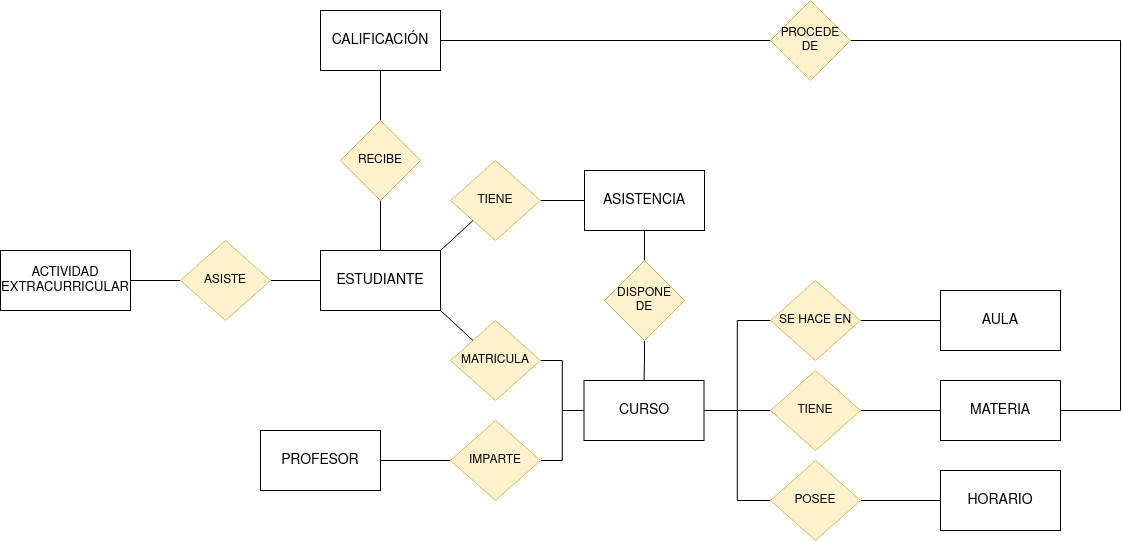
This is Unidad-2/Tareas-entregables/Entregable-1/images/Diagrama-entregable-1.png from IsaiasTolP/Base-Datos, a draw.io export, as it was before one commit. Source tidied: cells renumbered, new cells last; positions are measured from the earlier drawing's top-left corner, leaving out a move shared by most shapes.
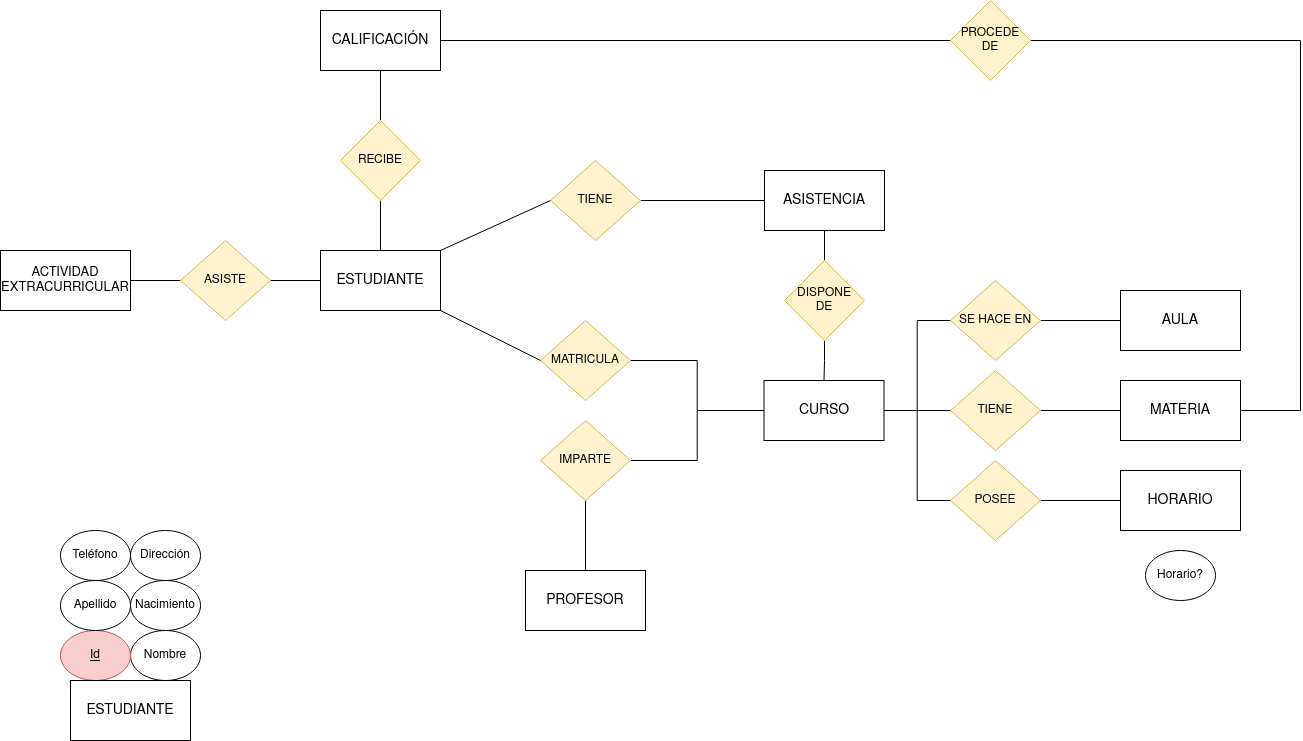
Later version of the same file.

What changed in the source:
```diff
@@ -6,13 +6,13 @@
       <mxGeometry relative="1" as="geometry" />
     </mxCell>
     <mxCell id="3" value="ESTUDIANTE" style="rounded=0;whiteSpace=wrap;html=1;fontSize=14;" parent="1" vertex="1">
-      <mxGeometry x="320" y="250" width="120" height="60" as="geometry" />
+      <mxGeometry x="140" y="250" width="120" height="60" as="geometry" />
     </mxCell>
     <mxCell id="4" value="CURSO" style="rounded=0;whiteSpace=wrap;html=1;fontSize=14;" parent="1" vertex="1">
       <mxGeometry x="583.5" y="380" width="120" height="60" as="geometry" />
     </mxCell>
     <mxCell id="5" value="PROFESOR" style="rounded=0;whiteSpace=wrap;html=1;fontSize=14;" parent="1" vertex="1">
-      <mxGeometry x="260" y="430" width="120" height="60" as="geometry" />
+      <mxGeometry x="345" y="570" width="120" height="60" as="geometry" />
     </mxCell>
     <mxCell id="6" style="edgeStyle=orthogonalEdgeStyle;rounded=0;jettySize=auto;html=1;endArrow=none;endFill=0;" parent="1" edge="1" source="7" target="33">
       <mxGeometry relative="1" as="geometry" />
@@ -30,7 +30,7 @@
       <mxGeometry relative="1" as="geometry" />
     </mxCell>
     <mxCell id="11" value="CALIFICACIÓN" style="rounded=0;whiteSpace=wrap;html=1;fontSize=14;" parent="1" vertex="1">
-      <mxGeometry x="320" y="10" width="120" height="60" as="geometry" />
+      <mxGeometry x="140" y="10" width="120" height="60" as="geometry" />
     </mxCell>
     <mxCell id="12" style="edgeStyle=orthogonalEdgeStyle;rounded=0;jettySize=auto;html=1;endArrow=none;endFill=0;" parent="1" edge="1" source="13" target="29">
       <mxGeometry relative="1" as="geometry" />
@@ -42,13 +42,13 @@
       <mxGeometry x="584" y="170" width="120" height="60" as="geometry" />
     </mxCell>
     <mxCell id="15" value="ACTIVIDAD EXTRACURRICULAR" style="rounded=0;whiteSpace=wrap;html=1;fontSize=13;" parent="1" vertex="1">
-      <mxGeometry y="250" width="130" height="60" as="geometry" />
+      <mxGeometry x="-180" y="250" width="130" height="60" as="geometry" />
     </mxCell>
     <mxCell id="16" style="edgeStyle=orthogonalEdgeStyle;rounded=0;jettySize=auto;html=1;endArrow=none;endFill=0;" parent="1" edge="1" source="17" target="4">
       <mxGeometry relative="1" as="geometry" />
     </mxCell>
     <mxCell id="17" value="MATRICULA" style="rhombus;whiteSpace=wrap;html=1;fillColor=#fff2cc;strokeColor=#d6b656;" parent="1" vertex="1">
-      <mxGeometry x="450" y="320" width="90" height="80" as="geometry" />
+      <mxGeometry x="360" y="320" width="90" height="80" as="geometry" />
     </mxCell>
     <mxCell id="18" style="edgeStyle=orthogonalEdgeStyle;rounded=0;jettySize=auto;html=1;endArrow=none;endFill=0;" parent="1" edge="1" source="20" target="3">
       <mxGeometry relative="1" as="geometry" />
@@ -57,7 +57,7 @@
       <mxGeometry relative="1" as="geometry" />
     </mxCell>
     <mxCell id="20" value="ASISTE" style="rhombus;whiteSpace=wrap;html=1;fillColor=#fff2cc;strokeColor=#d6b656;" parent="1" vertex="1">
-      <mxGeometry x="180" y="240" width="90" height="80" as="geometry" />
+      <mxGeometry y="240" width="90" height="80" as="geometry" />
     </mxCell>
     <mxCell id="21" style="edgeStyle=orthogonalEdgeStyle;rounded=0;jettySize=auto;html=1;exitX=1;exitY=0.5;exitDx=0;exitDy=0;entryX=1;entryY=0.5;entryDx=0;entryDy=0;endArrow=none;endFill=0;" parent="1" edge="1" source="22" target="7">
       <mxGeometry relative="1" as="geometry">
@@ -74,7 +74,7 @@
       <mxGeometry relative="1" as="geometry" />
     </mxCell>
     <mxCell id="24" value="RECIBE" style="rhombus;whiteSpace=wrap;html=1;fillColor=#fff2cc;strokeColor=#d6b656;" parent="1" vertex="1">
-      <mxGeometry x="340" y="120" width="80" height="80" as="geometry" />
+      <mxGeometry x="160" y="120" width="80" height="80" as="geometry" />
     </mxCell>
     <mxCell id="25" style="edgeStyle=orthogonalEdgeStyle;rounded=0;jettySize=auto;html=1;endArrow=none;endFill=0;" parent="1" edge="1" source="27" target="4">
       <mxGeometry relative="1" as="geometry" />
@@ -83,7 +83,7 @@
       <mxGeometry relative="1" as="geometry" />
     </mxCell>
     <mxCell id="27" value="IMPARTE" style="rhombus;whiteSpace=wrap;html=1;fillColor=#fff2cc;strokeColor=#d6b656;" parent="1" vertex="1">
-      <mxGeometry x="450" y="420" width="90" height="80" as="geometry" />
+      <mxGeometry x="360" y="420" width="90" height="80" as="geometry" />
     </mxCell>
     <mxCell id="28" style="edgeStyle=orthogonalEdgeStyle;rounded=0;jettySize=auto;html=1;entryX=1;entryY=0.5;entryDx=0;entryDy=0;endArrow=none;endFill=0;" parent="1" edge="1" source="29" target="4">
       <mxGeometry relative="1" as="geometry" />
@@ -107,7 +107,7 @@
       <mxGeometry relative="1" as="geometry" />
     </mxCell>
     <mxCell id="35" value="TIENE" style="rhombus;whiteSpace=wrap;html=1;fillColor=#fff2cc;strokeColor=#d6b656;" parent="1" vertex="1">
-      <mxGeometry x="450" y="160" width="90" height="80" as="geometry" />
+      <mxGeometry x="370" y="160" width="90" height="80" as="geometry" />
     </mxCell>
     <mxCell id="36" style="edgeStyle=orthogonalEdgeStyle;rounded=0;jettySize=auto;html=1;exitX=0.5;exitY=1;exitDx=0;exitDy=0;entryX=0.5;entryY=0;entryDx=0;entryDy=0;endArrow=none;endFill=0;" parent="1" edge="1" source="38" target="4">
       <mxGeometry relative="1" as="geometry" />
@@ -118,14 +118,38 @@
     <mxCell id="38" value="DISPONE &lt;br&gt;DE" style="rhombus;whiteSpace=wrap;html=1;fillColor=#fff2cc;strokeColor=#d6b656;" parent="1" vertex="1">
       <mxGeometry x="604" y="260" width="80" height="80" as="geometry" />
     </mxCell>
-    <mxCell id="39" style="endArrow=none;html=1;rounded=0;entryX=0;entryY=1;entryDx=0;entryDy=0;exitX=1;exitY=0;exitDx=0;exitDy=0;" parent="1" edge="1" source="3" target="35">
+    <mxCell id="39" style="endArrow=none;html=1;rounded=0;entryX=0;entryY=0.5;entryDx=0;entryDy=0;exitX=1;exitY=0;exitDx=0;exitDy=0;" parent="1" edge="1" source="3" target="35">
       <mxGeometry relative="1" as="geometry" />
     </mxCell>
-    <mxCell id="40" style="endArrow=none;html=1;rounded=0;entryX=1;entryY=1;entryDx=0;entryDy=0;exitX=0;exitY=0;exitDx=0;exitDy=0;" parent="1" edge="1" source="17" target="3">
+    <mxCell id="40" style="endArrow=none;html=1;rounded=0;entryX=1;entryY=1;entryDx=0;entryDy=0;exitX=0;exitY=0.5;exitDx=0;exitDy=0;" parent="1" edge="1" source="17" target="3">
       <mxGeometry relative="1" as="geometry" />
     </mxCell>
     <mxCell id="41" style="edgeStyle=orthogonalEdgeStyle;rounded=0;orthogonalLoop=1;jettySize=auto;html=1;exitX=0.5;exitY=1;exitDx=0;exitDy=0;" parent="1" edge="1" source="9" target="9">
       <mxGeometry relative="1" as="geometry" />
     </mxCell>
+    <mxCell id="42" value="Nombre" style="ellipse;whiteSpace=wrap;html=1;" parent="1" vertex="1">
+      <mxGeometry x="-50" y="630" width="70" height="50" as="geometry" />
+    </mxCell>
+    <mxCell id="43" value="Id" style="ellipse;whiteSpace=wrap;html=1;fillColor=#f8cecc;strokeColor=#b85450;fontStyle=4;" parent="1" vertex="1">
+      <mxGeometry x="-120" y="630" width="70" height="50" as="geometry" />
+    </mxCell>
+    <mxCell id="44" value="Apellido" style="ellipse;whiteSpace=wrap;html=1;" parent="1" vertex="1">
+      <mxGeometry x="-120" y="580" width="70" height="50" as="geometry" />
+    </mxCell>
+    <mxCell id="45" value="ESTUDIANTE" style="rounded=0;whiteSpace=wrap;html=1;fontSize=14;" parent="1" vertex="1">
+      <mxGeometry x="-110" y="680" width="120" height="60" as="geometry" />
+    </mxCell>
+    <mxCell id="46" value="Nacimiento" style="ellipse;whiteSpace=wrap;html=1;" parent="1" vertex="1">
+      <mxGeometry x="-50" y="580" width="70" height="50" as="geometry" />
+    </mxCell>
+    <mxCell id="47" value="Dirección" style="ellipse;whiteSpace=wrap;html=1;" parent="1" vertex="1">
+      <mxGeometry x="-50" y="530" width="70" height="50" as="geometry" />
+    </mxCell>
+    <mxCell id="48" value="Teléfono" style="ellipse;whiteSpace=wrap;html=1;" parent="1" vertex="1">
+      <mxGeometry x="-120" y="530" width="70" height="50" as="geometry" />
+    </mxCell>
+    <mxCell id="49" value="Horario?" style="ellipse;whiteSpace=wrap;html=1;" parent="1" vertex="1">
+      <mxGeometry x="965" y="550" width="70" height="50" as="geometry" />
+    </mxCell>
   </root>
 </mxGraphModel>
```
